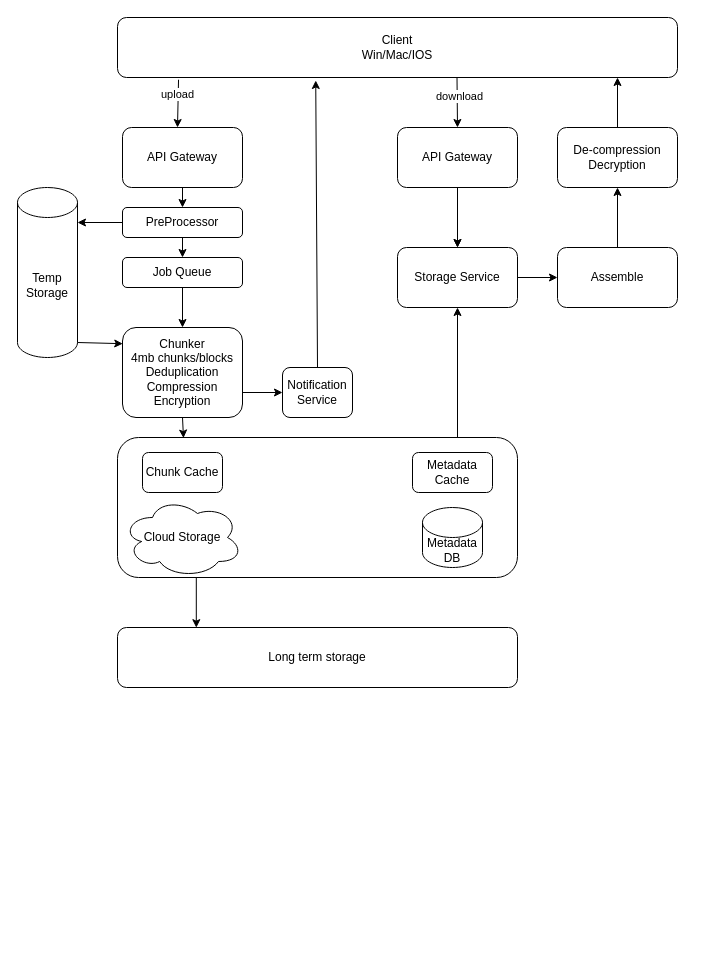
Before: 7_GoogleDrive.drawio in xwq172677170/SysdDiagram, a draw.io diagram. Source tidied: cells renumbered, new cells numbered last; positions are measured from the earlier drawing's top-left corner, leaving out a move shared by most shapes. Both pictures are drawn from the tidied source at 100%, with x=0, y=0 at pixel (17, 17).
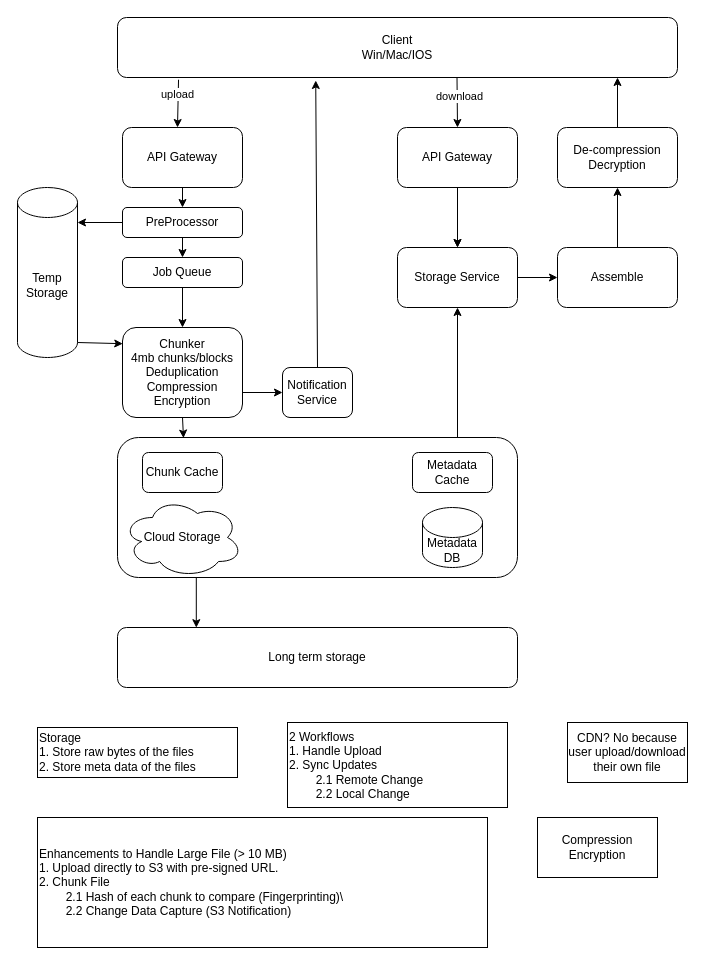
After the change.

Diff of the diagram source:
```diff
@@
+    <mxCell id="38" value="Storage&lt;div&gt;1. Store raw bytes of the files&lt;/div&gt;&lt;div&gt;2. Store meta data of the files&lt;/div&gt;" style="rounded=0;whiteSpace=wrap;html=1;align=left;" parent="1" vertex="1">
+      <mxGeometry x="20" y="710" width="200" height="50" as="geometry" />
+    </mxCell>
+    <mxCell id="39" value="2 Workflows&lt;br&gt;&lt;div&gt;1. Handle Upload&lt;/div&gt;&lt;div&gt;2. Sync Updates&lt;/div&gt;&lt;div&gt;&lt;span style=&quot;white-space: pre;&quot;&gt;&#9;&lt;/span&gt;2.1 Remote Change&lt;br&gt;&lt;/div&gt;&lt;div&gt;&lt;span style=&quot;white-space: pre;&quot;&gt;&#9;&lt;/span&gt;2.2 Local Change&lt;br&gt;&lt;/div&gt;" style="rounded=0;whiteSpace=wrap;html=1;align=left;" parent="1" vertex="1">
+      <mxGeometry x="270" y="705" width="220" height="85" as="geometry" />
+    </mxCell>
+    <mxCell id="40" value="Enhancements to Handle Large File (&amp;gt; 10 MB)&lt;div&gt;1. Upload directly to S3 with pre-signed URL.&lt;/div&gt;&lt;div&gt;2. Chunk File&lt;/div&gt;&lt;div&gt;&lt;span style=&quot;white-space: pre;&quot;&gt;&#9;&lt;/span&gt;2.1 Hash of each chunk to compare (Fingerprinting)\&lt;br&gt;&lt;/div&gt;&lt;div&gt;&lt;span style=&quot;white-space: pre;&quot;&gt;&#9;&lt;/span&gt;2.2 Change Data Capture (S3 Notification)&lt;br&gt;&lt;/div&gt;" style="rounded=0;whiteSpace=wrap;html=1;align=left;" parent="1" vertex="1">
+      <mxGeometry x="20" y="800" width="450" height="130" as="geometry" />
+    </mxCell>
+    <mxCell id="41" value="CDN? No because user upload/download their own file" style="rounded=0;whiteSpace=wrap;html=1;" parent="1" vertex="1">
+      <mxGeometry x="550" y="705" width="120" height="60" as="geometry" />
+    </mxCell>
+    <mxCell id="42" value="Compression&lt;div&gt;Encryption&lt;/div&gt;" style="rounded=0;whiteSpace=wrap;html=1;" parent="1" vertex="1">
+      <mxGeometry x="520" y="800" width="120" height="60" as="geometry" />
+    </mxCell>
```
